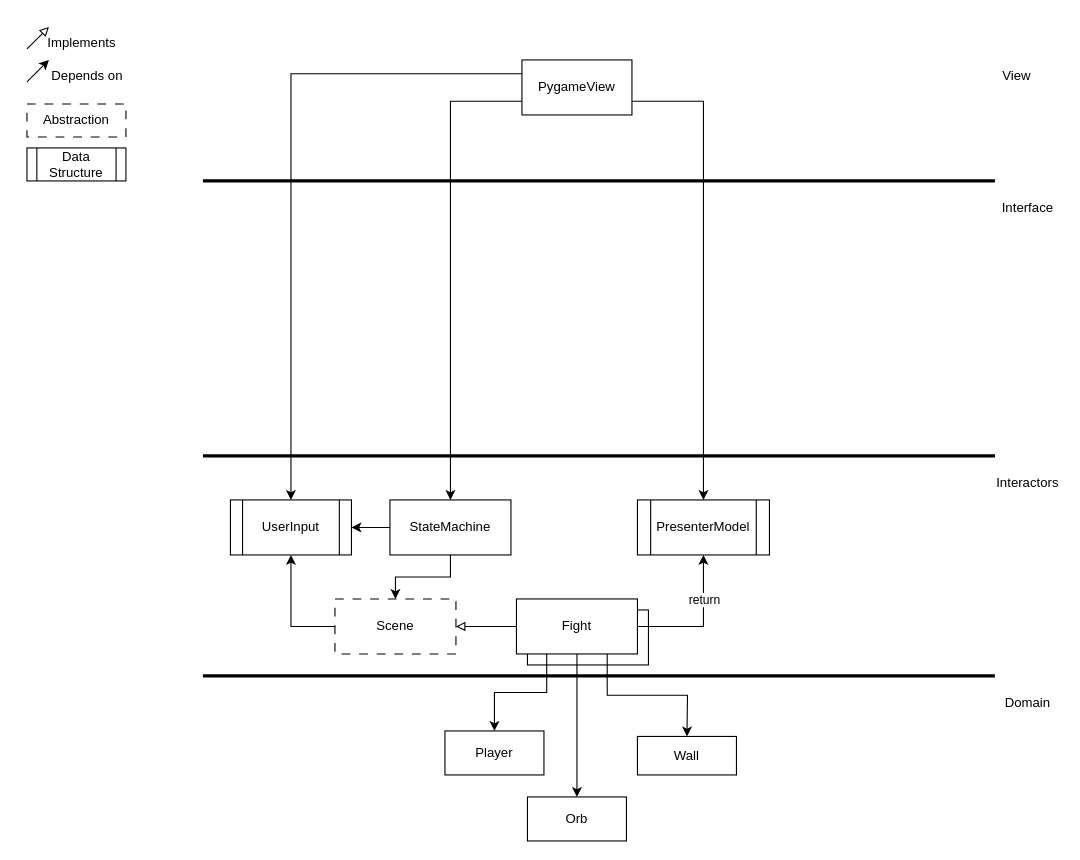
ENorell/zapocalypse keeps this draw.io diagram as page "Fewer Layers" (4 of 5) of zapocalypse.drawio. Above is the earlier version. Source tidied: cells renumbered, new cells numbered last; positions are measured from the earlier drawing's top-left corner, leaving out a move shared by most shapes. Both pictures are drawn from the tidied source at 110%, with x=0, y=0 at pixel (26, 26).
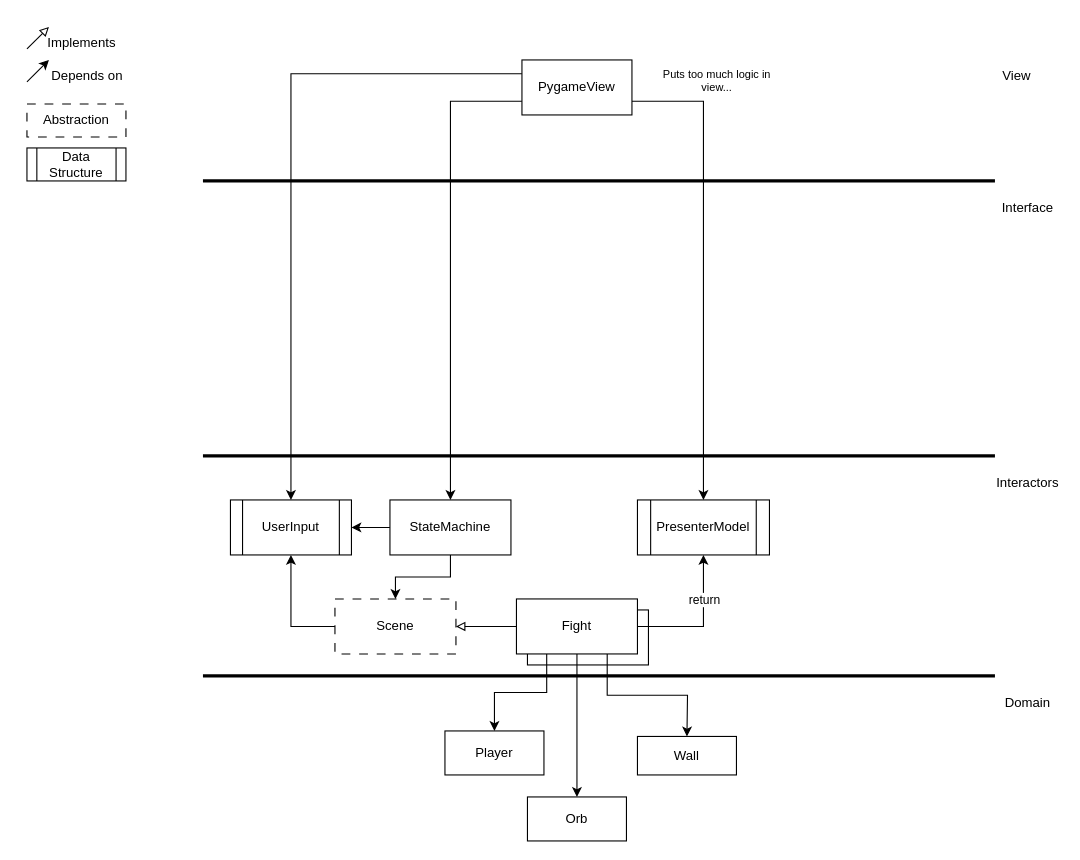
The same page after the edit.

What changed in the source:
```diff
@@
+    <mxCell id="38" value="Puts too much logic in view..." style="text;html=1;whiteSpace=wrap;strokeColor=none;fillColor=none;align=center;verticalAlign=middle;rounded=0;fontSize=10;" parent="1" vertex="1">
+      <mxGeometry x="565" y="33" width="125" height="31" as="geometry" />
+    </mxCell>
```
